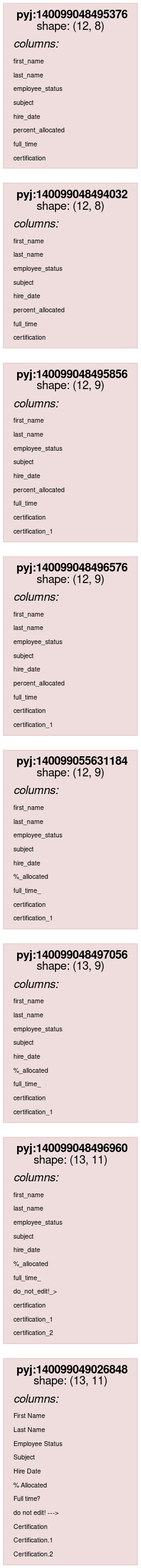
Earlier version of the Graphviz export scripts/rdflog/dirty-clean.ttl.dot.png (asmirnov69/pyjviz-poc). Its source is kept beside it as scripts/rdflog/dirty-clean.ttl.dot.
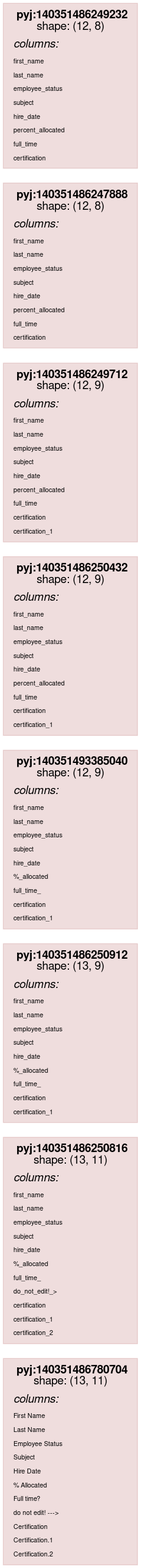
The same file after the commit.

Diff of the diagram source:
```diff
@@ -14,7 +14,7 @@
                 color="#88000022"
                 shape = rect
                 label = <<table border="0" cellborder="0" cellspacing="0" cellpadding="4">
-                         <tr> <td> <b>pyj:140099049026848</b><br/>shape: (13, 11)</td> </tr>
+                         <tr> <td> <b>pyj:140351486780704</b><br/>shape: (13, 11)</td> </tr>
                          <tr> <td align="left"><i>columns:</i><br align="left"/></td></tr>
                 <tr><td align="left"><FONT POINT-SIZE="8px">First Name</FONT></td></tr>
 <tr><td align="left"><FONT POINT-SIZE="8px">Last Name</FONT></td></tr>
@@ -33,7 +33,7 @@
                 color="#88000022"
                 shape = rect
                 label = <<table border="0" cellborder="0" cellspacing="0" cellpadding="4">
-                         <tr> <td> <b>pyj:140099048496960</b><br/>shape: (13, 11)</td> </tr>
+                         <tr> <td> <b>pyj:140351486250816</b><br/>shape: (13, 11)</td> </tr>
                          <tr> <td align="left"><i>columns:</i><br align="left"/></td></tr>
                 <tr><td align="left"><FONT POINT-SIZE="8px">first_name</FONT></td></tr>
 <tr><td align="left"><FONT POINT-SIZE="8px">last_name</FONT></td></tr>
@@ -52,7 +52,7 @@
                 color="#88000022"
                 shape = rect
                 label = <<table border="0" cellborder="0" cellspacing="0" cellpadding="4">
-                         <tr> <td> <b>pyj:140099048497056</b><br/>shape: (13, 9)</td> </tr>
+                         <tr> <td> <b>pyj:140351486250912</b><br/>shape: (13, 9)</td> </tr>
                          <tr> <td align="left"><i>columns:</i><br align="left"/></td></tr>
                 <tr><td align="left"><FONT POINT-SIZE="8px">first_name</FONT></td></tr>
 <tr><td align="left"><FONT POINT-SIZE="8px">last_name</FONT></td></tr>
@@ -69,7 +69,7 @@
                 color="#88000022"
                 shape = rect
                 label = <<table border="0" cellborder="0" cellspacing="0" cellpadding="4">
-                         <tr> <td> <b>pyj:140099055631184</b><br/>shape: (12, 9)</td> </tr>
+                         <tr> <td> <b>pyj:140351493385040</b><br/>shape: (12, 9)</td> </tr>
                          <tr> <td align="left"><i>columns:</i><br align="left"/></td></tr>
                 <tr><td align="left"><FONT POINT-SIZE="8px">first_name</FONT></td></tr>
 <tr><td align="left"><FONT POINT-SIZE="8px">last_name</FONT></td></tr>
@@ -86,7 +86,7 @@
                 color="#88000022"
                 shape = rect
                 label = <<table border="0" cellborder="0" cellspacing="0" cellpadding="4">
-                         <tr> <td> <b>pyj:140099048496576</b><br/>shape: (12, 9)</td> </tr>
+                         <tr> <td> <b>pyj:140351486250432</b><br/>shape: (12, 9)</td> </tr>
                          <tr> <td align="left"><i>columns:</i><br align="left"/></td></tr>
                 <tr><td align="left"><FONT POINT-SIZE="8px">first_name</FONT></td></tr>
 <tr><td align="left"><FONT POINT-SIZE="8px">last_name</FONT></td></tr>
@@ -103,7 +103,7 @@
                 color="#88000022"
                 shape = rect
                 label = <<table border="0" cellborder="0" cellspacing="0" cellpadding="4">
-                         <tr> <td> <b>pyj:140099048495856</b><br/>shape: (12, 9)</td> </tr>
+                         <tr> <td> <b>pyj:140351486249712</b><br/>shape: (12, 9)</td> </tr>
                          <tr> <td align="left"><i>columns:</i><br align="left"/></td></tr>
                 <tr><td align="left"><FONT POINT-SIZE="8px">first_name</FONT></td></tr>
 <tr><td align="left"><FONT POINT-SIZE="8px">last_name</FONT></td></tr>
@@ -120,7 +120,7 @@
                 color="#88000022"
                 shape = rect
                 label = <<table border="0" cellborder="0" cellspacing="0" cellpadding="4">
-                         <tr> <td> <b>pyj:140099048494032</b><br/>shape: (12, 8)</td> </tr>
+                         <tr> <td> <b>pyj:140351486247888</b><br/>shape: (12, 8)</td> </tr>
                          <tr> <td align="left"><i>columns:</i><br align="left"/></td></tr>
                 <tr><td align="left"><FONT POINT-SIZE="8px">first_name</FONT></td></tr>
 <tr><td align="left"><FONT POINT-SIZE="8px">last_name</FONT></td></tr>
@@ -136,7 +136,7 @@
                 color="#88000022"
                 shape = rect
                 label = <<table border="0" cellborder="0" cellspacing="0" cellpadding="4">
-                         <tr> <td> <b>pyj:140099048495376</b><br/>shape: (12, 8)</td> </tr>
+                         <tr> <td> <b>pyj:140351486249232</b><br/>shape: (12, 8)</td> </tr>
                          <tr> <td align="left"><i>columns:</i><br align="left"/></td></tr>
                 <tr><td align="left"><FONT POINT-SIZE="8px">first_name</FONT></td></tr>
 <tr><td align="left"><FONT POINT-SIZE="8px">last_name</FONT></td></tr>
```
